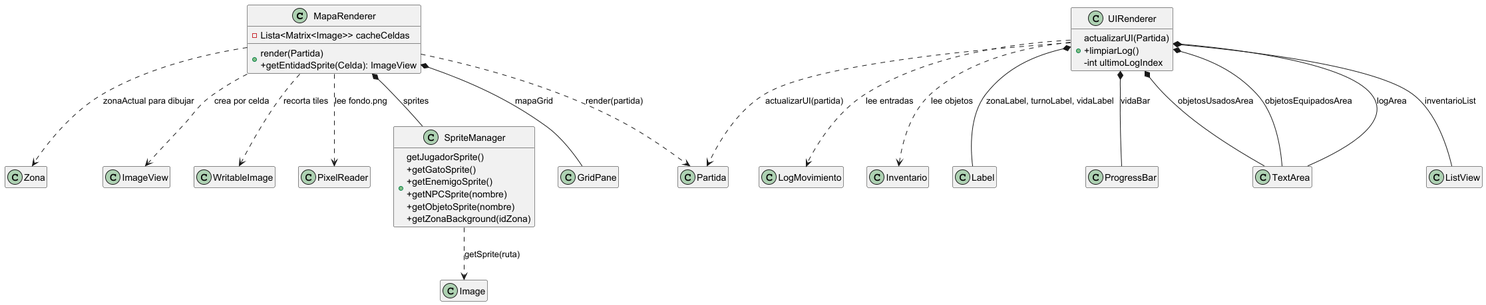
The PlantUML diagram UMLs/clases_vista.png in isagonz3/JuegoPracticaFinal, before a commit.
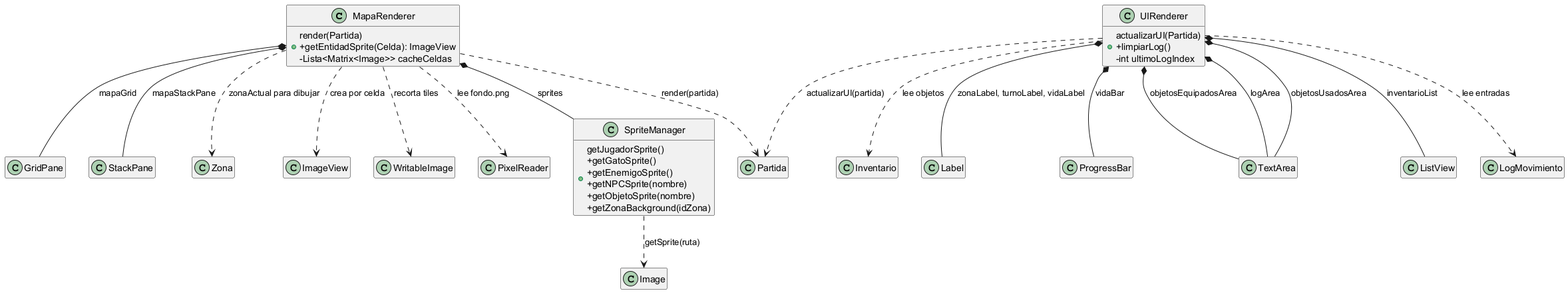
The same file after the commit.

What changed in the source:
```diff
@@ -1,20 +1,19 @@
 @startuml
 hide empty members
-
 
 class MapaRenderer
 class UIRenderer
 class SpriteManager
 
 MapaRenderer *-- GridPane : mapaGrid
+MapaRenderer *-- StackPane : mapaStackPane
 MapaRenderer *-- SpriteManager : sprites
 MapaRenderer ..> Partida : render(partida)
 MapaRenderer ..> Zona : zonaActual para dibujar
 MapaRenderer ..> ImageView : crea por celda
 MapaRenderer ..> WritableImage : recorta tiles
 MapaRenderer ..> PixelReader : lee fondo.png
-MapaRenderer : +render(Partida)\n+getEntidadSprite(Celda): ImageView
-MapaRenderer : -Lista<Matrix<Image>> cacheCeldas
+MapaRenderer : +render(Partida)\n+getEntidadSprite(Celda): ImageView\n-Lista<Matrix<Image>> cacheCeldas
 
 UIRenderer *-- Label : zonaLabel, turnoLabel, vidaLabel
 UIRenderer *-- ProgressBar : vidaBar
```
